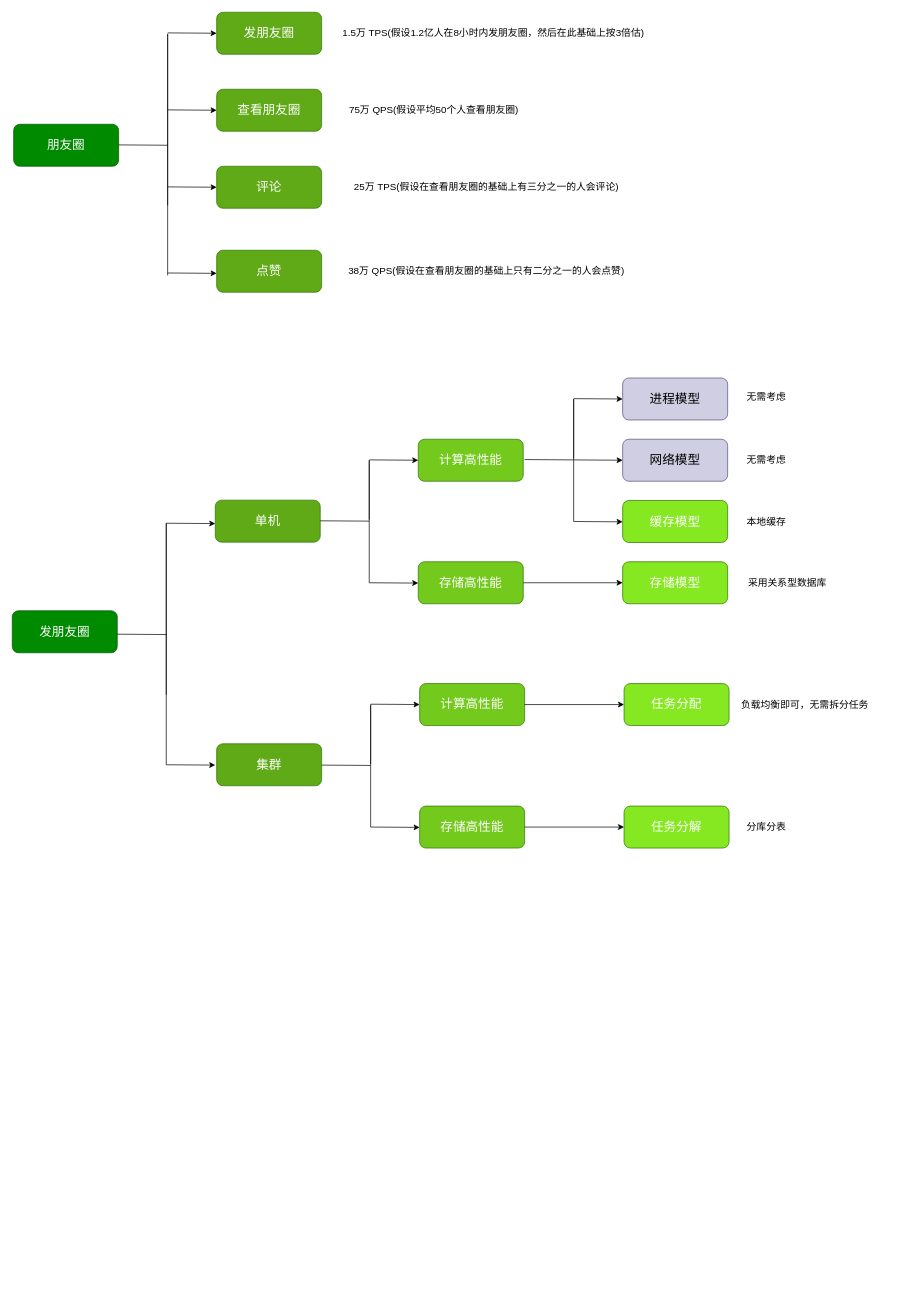
Earlier version of the draw.io diagram architect-camp/module2/Untitled Diagram.drawio (martintree/geektime-homework). Source tidied: cells renumbered, new cells numbered last; positions are measured from the earlier drawing's top-left corner, leaving out a move shared by most shapes. Both pictures are drawn from the tidied source at 70%, with x=0, y=0 at pixel (12, 12).
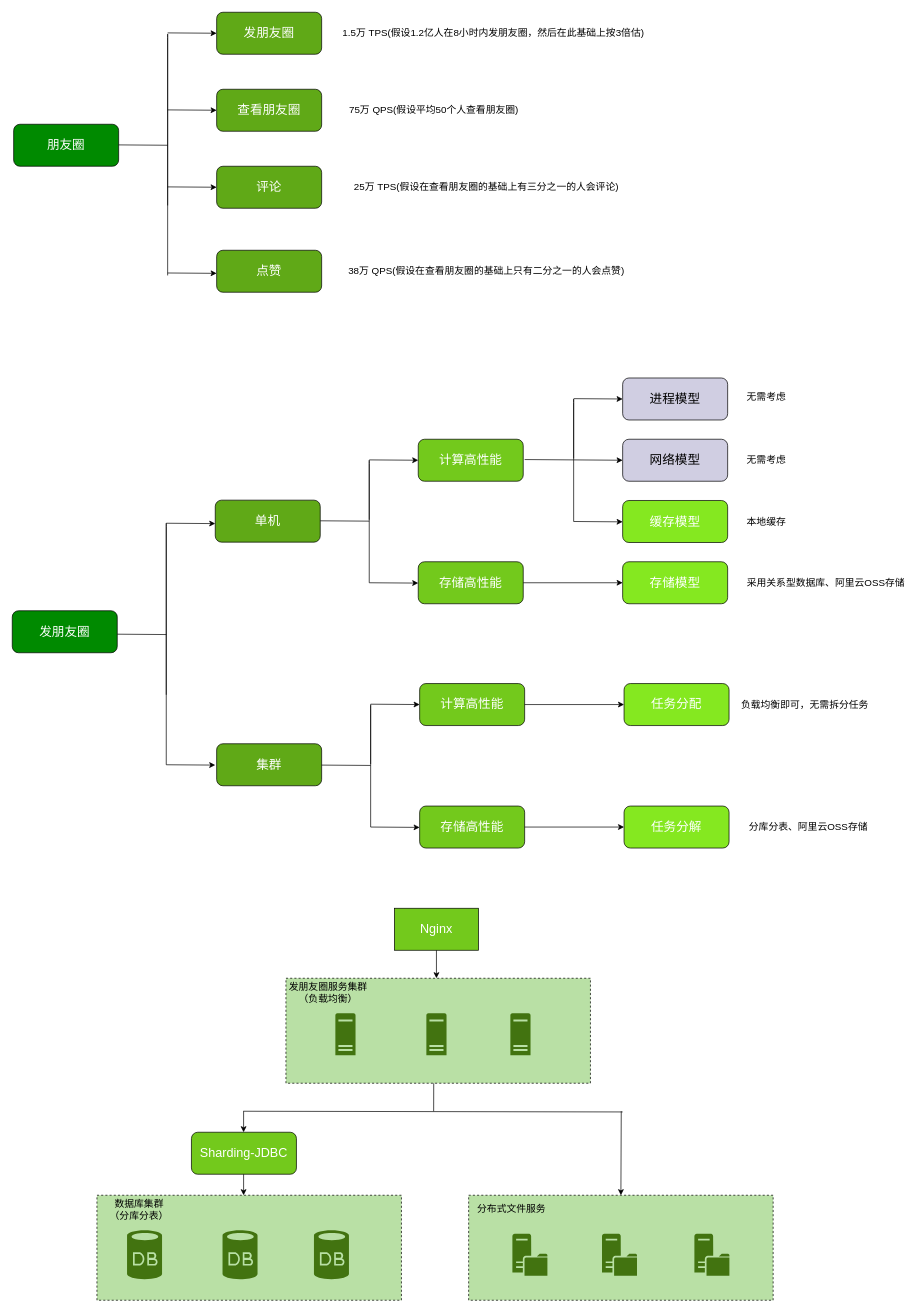
The same page after the edit.

Diff of the diagram source:
```diff
@@
+    <mxCell id="56" style="rounded=0;whiteSpace=wrap;html=1;dashed=1;fillColor=#B9E0A5;" parent="1" vertex="1">
+      <mxGeometry x="391" y="1380" width="435" height="150" as="geometry" />
+    </mxCell>
-    <mxCell id="2" value="&lt;font style=&quot;font-size: 18px&quot;&gt;朋友圈&lt;/font&gt;" style="rounded=1;whiteSpace=wrap;html=1;fontColor=#ffffff;fillColor=#008a00;strokeColor=#005700;" parent="1" vertex="1">
+    <mxCell id="2" value="&lt;font style=&quot;font-size: 18px&quot;&gt;朋友圈&lt;/font&gt;" style="rounded=1;whiteSpace=wrap;html=1;fontColor=#ffffff;fillColor=#008a00;" parent="1" vertex="1">
       <mxGeometry x="2" y="160" width="150" height="60" as="geometry" />
     </mxCell>
-    <mxCell id="3" value="&lt;font style=&quot;font-size: 18px&quot;&gt;发朋友圈&lt;/font&gt;" style="rounded=1;whiteSpace=wrap;html=1;fontColor=#ffffff;fillColor=#60a917;strokeColor=#2D7600;" parent="1" vertex="1">
+    <mxCell id="3" value="&lt;font style=&quot;font-size: 18px&quot;&gt;发朋友圈&lt;/font&gt;" style="rounded=1;whiteSpace=wrap;html=1;fontColor=#ffffff;fillColor=#60a917;" parent="1" vertex="1">
       <mxGeometry x="292" width="150" height="60" as="geometry" />
     </mxCell>
-    <mxCell id="4" value="&lt;font style=&quot;font-size: 18px&quot;&gt;查看朋友圈&lt;/font&gt;" style="rounded=1;whiteSpace=wrap;html=1;fontColor=#ffffff;fillColor=#60a917;strokeColor=#2D7600;" parent="1" vertex="1">
+    <mxCell id="4" value="&lt;font style=&quot;font-size: 18px&quot;&gt;查看朋友圈&lt;/font&gt;" style="rounded=1;whiteSpace=wrap;html=1;fontColor=#ffffff;fillColor=#60a917;" parent="1" vertex="1">
       <mxGeometry x="292" y="110" width="150" height="60" as="geometry" />
     </mxCell>
-    <mxCell id="5" value="&lt;font style=&quot;font-size: 18px&quot;&gt;评论&lt;/font&gt;" style="rounded=1;whiteSpace=wrap;html=1;fontColor=#ffffff;fillColor=#60a917;strokeColor=#2D7600;" parent="1" vertex="1">
+    <mxCell id="5" value="&lt;font style=&quot;font-size: 18px&quot;&gt;评论&lt;/font&gt;" style="rounded=1;whiteSpace=wrap;html=1;fontColor=#ffffff;fillColor=#60a917;" parent="1" vertex="1">
       <mxGeometry x="292" y="220" width="150" height="60" as="geometry" />
     </mxCell>
-    <mxCell id="6" value="&lt;font style=&quot;font-size: 18px&quot;&gt;点赞&lt;/font&gt;" style="rounded=1;whiteSpace=wrap;html=1;fontColor=#ffffff;fillColor=#60a917;strokeColor=#2D7600;" parent="1" vertex="1">
+    <mxCell id="6" value="&lt;font style=&quot;font-size: 18px&quot;&gt;点赞&lt;/font&gt;" style="rounded=1;whiteSpace=wrap;html=1;fontColor=#ffffff;fillColor=#60a917;" parent="1" vertex="1">
       <mxGeometry x="292" y="340" width="150" height="60" as="geometry" />
     </mxCell>
@@
-    <mxCell id="17" value="&lt;font style=&quot;font-size: 18px&quot;&gt;发朋友圈&lt;/font&gt;" style="rounded=1;whiteSpace=wrap;html=1;fontColor=#ffffff;fillColor=#008a00;strokeColor=#005700;" parent="1" vertex="1">
+    <mxCell id="17" value="&lt;font style=&quot;font-size: 18px&quot;&gt;发朋友圈&lt;/font&gt;" style="rounded=1;whiteSpace=wrap;html=1;fontColor=#ffffff;fillColor=#008a00;" parent="1" vertex="1">
       <mxGeometry y="855" width="150" height="60" as="geometry" />
     </mxCell>
-    <mxCell id="18" value="&lt;font style=&quot;font-size: 18px&quot;&gt;单机&lt;/font&gt;" style="rounded=1;whiteSpace=wrap;html=1;fontColor=#ffffff;fillColor=#60a917;strokeColor=#2D7600;" parent="1" vertex="1">
+    <mxCell id="18" value="&lt;font style=&quot;font-size: 18px&quot;&gt;单机&lt;/font&gt;" style="rounded=1;whiteSpace=wrap;html=1;fontColor=#ffffff;fillColor=#60a917;" parent="1" vertex="1">
       <mxGeometry x="290" y="697" width="150" height="60" as="geometry" />
     </mxCell>
-    <mxCell id="19" value="&lt;font style=&quot;font-size: 18px&quot;&gt;集群&lt;/font&gt;" style="rounded=1;whiteSpace=wrap;html=1;fontColor=#ffffff;fillColor=#60a917;strokeColor=#2D7600;" parent="1" vertex="1">
+    <mxCell id="19" value="&lt;font style=&quot;font-size: 18px&quot;&gt;集群&lt;/font&gt;" style="rounded=1;whiteSpace=wrap;html=1;fontColor=#ffffff;fillColor=#60a917;" parent="1" vertex="1">
       <mxGeometry x="292" y="1045" width="150" height="60" as="geometry" />
     </mxCell>
@@
-    <mxCell id="24" value="&lt;font style=&quot;font-size: 18px&quot;&gt;计算高性能&lt;/font&gt;" style="rounded=1;whiteSpace=wrap;html=1;fontColor=#ffffff;strokeColor=#2D7600;fillColor=#73C91C;" parent="1" vertex="1">
+    <mxCell id="24" value="&lt;font style=&quot;font-size: 18px&quot;&gt;计算高性能&lt;/font&gt;" style="rounded=1;whiteSpace=wrap;html=1;fontColor=#ffffff;fillColor=#73C91C;" parent="1" vertex="1">
       <mxGeometry x="580" y="610" width="150" height="60" as="geometry" />
     </mxCell>
-    <mxCell id="25" value="&lt;span style=&quot;font-size: 18px&quot;&gt;存储高性能&lt;/span&gt;" style="rounded=1;whiteSpace=wrap;html=1;fontColor=#ffffff;strokeColor=#2D7600;fillColor=#73C91C;" parent="1" vertex="1">
+    <mxCell id="25" value="&lt;span style=&quot;font-size: 18px&quot;&gt;存储高性能&lt;/span&gt;" style="rounded=1;whiteSpace=wrap;html=1;fontColor=#ffffff;fillColor=#73C91C;" parent="1" vertex="1">
       <mxGeometry x="580" y="785" width="150" height="60" as="geometry" />
     </mxCell>
@@
-    <mxCell id="30" value="&lt;font style=&quot;font-size: 18px&quot;&gt;计算高性能&lt;/font&gt;" style="rounded=1;whiteSpace=wrap;html=1;fontColor=#ffffff;strokeColor=#2D7600;fillColor=#73C91C;" parent="1" vertex="1">
+    <mxCell id="30" value="&lt;font style=&quot;font-size: 18px&quot;&gt;计算高性能&lt;/font&gt;" style="rounded=1;whiteSpace=wrap;html=1;fontColor=#ffffff;fillColor=#73C91C;" parent="1" vertex="1">
       <mxGeometry x="582" y="959" width="150" height="60" as="geometry" />
     </mxCell>
-    <mxCell id="31" value="&lt;span style=&quot;font-size: 18px&quot;&gt;存储高性能&lt;/span&gt;" style="rounded=1;whiteSpace=wrap;html=1;fontColor=#ffffff;strokeColor=#2D7600;fillColor=#73C91C;" parent="1" vertex="1">
+    <mxCell id="31" value="&lt;span style=&quot;font-size: 18px&quot;&gt;存储高性能&lt;/span&gt;" style="rounded=1;whiteSpace=wrap;html=1;fontColor=#ffffff;fillColor=#73C91C;" parent="1" vertex="1">
       <mxGeometry x="582" y="1134" width="150" height="60" as="geometry" />
     </mxCell>
@@
-    <mxCell id="36" value="&lt;font style=&quot;font-size: 18px&quot;&gt;进程模型&lt;/font&gt;" style="rounded=1;whiteSpace=wrap;html=1;strokeColor=#56517e;fillColor=#d0cee2;" parent="1" vertex="1">
+    <mxCell id="36" value="&lt;font style=&quot;font-size: 18px&quot;&gt;进程模型&lt;/font&gt;" style="rounded=1;whiteSpace=wrap;html=1;fillColor=#d0cee2;" parent="1" vertex="1">
       <mxGeometry x="872" y="522.5" width="150" height="60" as="geometry" />
     </mxCell>
-    <mxCell id="37" value="&lt;span style=&quot;font-size: 18px&quot;&gt;缓存模型&lt;/span&gt;" style="rounded=1;whiteSpace=wrap;html=1;fontColor=#ffffff;strokeColor=#2D7600;fillColor=#85E820;" parent="1" vertex="1">
+    <mxCell id="37" value="&lt;span style=&quot;font-size: 18px&quot;&gt;缓存模型&lt;/span&gt;" style="rounded=1;whiteSpace=wrap;html=1;fontColor=#ffffff;fillColor=#85E820;" parent="1" vertex="1">
       <mxGeometry x="872" y="697.5" width="150" height="60" as="geometry" />
     </mxCell>
@@
-    <mxCell id="42" value="&lt;span style=&quot;font-size: 18px&quot;&gt;网络模型&lt;/span&gt;" style="rounded=1;whiteSpace=wrap;html=1;strokeColor=#56517e;fillColor=#d0cee2;" parent="1" vertex="1">
+    <mxCell id="42" value="&lt;span style=&quot;font-size: 18px&quot;&gt;网络模型&lt;/span&gt;" style="rounded=1;whiteSpace=wrap;html=1;fillColor=#d0cee2;" parent="1" vertex="1">
       <mxGeometry x="872" y="610" width="150" height="60" as="geometry" />
     </mxCell>
@@
-    <mxCell id="44" value="&lt;font style=&quot;font-size: 18px&quot;&gt;存储模型&lt;/font&gt;" style="rounded=1;whiteSpace=wrap;html=1;fontColor=#ffffff;strokeColor=#2D7600;fillColor=#85E820;" parent="1" vertex="1">
+    <mxCell id="44" value="&lt;font style=&quot;font-size: 18px&quot;&gt;存储模型&lt;/font&gt;" style="rounded=1;whiteSpace=wrap;html=1;fontColor=#ffffff;fillColor=#85E820;" parent="1" vertex="1">
       <mxGeometry x="872" y="785" width="150" height="60" as="geometry" />
     </mxCell>
@@
-    <mxCell id="46" value="&lt;font style=&quot;font-size: 18px&quot;&gt;任务分配&lt;/font&gt;" style="rounded=1;whiteSpace=wrap;html=1;fontColor=#ffffff;strokeColor=#2D7600;fillColor=#85E820;" parent="1" vertex="1">
+    <mxCell id="46" value="&lt;font style=&quot;font-size: 18px&quot;&gt;任务分配&lt;/font&gt;" style="rounded=1;whiteSpace=wrap;html=1;fontColor=#ffffff;fillColor=#85E820;" parent="1" vertex="1">
       <mxGeometry x="874" y="959" width="150" height="60" as="geometry" />
     </mxCell>
@@
-    <mxCell id="48" value="&lt;font style=&quot;font-size: 18px&quot;&gt;任务分解&lt;/font&gt;" style="rounded=1;whiteSpace=wrap;html=1;fontColor=#ffffff;strokeColor=#2D7600;fillColor=#85E820;" parent="1" vertex="1">
+    <mxCell id="48" value="&lt;font style=&quot;font-size: 18px&quot;&gt;任务分解&lt;/font&gt;" style="rounded=1;whiteSpace=wrap;html=1;fontColor=#ffffff;fillColor=#85E820;" parent="1" vertex="1">
       <mxGeometry x="874" y="1134" width="150" height="60" as="geometry" />
     </mxCell>
@@
-    <mxCell id="51" value="&lt;span style=&quot;font-size: 14px&quot;&gt;采用关系型数据库&lt;/span&gt;" style="text;html=1;align=center;verticalAlign=middle;fillColor=none;strokeColor=none;rounded=0;" parent="1" vertex="1">
-      <mxGeometry x="1042" y="805" width="130" height="20" as="geometry" />
+    <mxCell id="51" value="&lt;span style=&quot;font-size: 14px&quot;&gt;采用关系型数据库、阿里云OSS存储&lt;/span&gt;" style="text;html=1;align=center;verticalAlign=middle;fillColor=none;strokeColor=none;rounded=0;" parent="1" vertex="1">
+      <mxGeometry x="1042" y="805" width="240" height="20" as="geometry" />
     </mxCell>
@@
-    <mxCell id="53" value="&lt;span style=&quot;font-size: 14px&quot;&gt;分库分表&lt;/span&gt;" style="text;html=1;align=center;verticalAlign=middle;fillColor=none;strokeColor=none;rounded=0;" parent="1" vertex="1">
-      <mxGeometry x="1042" y="1154" width="70" height="20" as="geometry" />
+    <mxCell id="53" value="&lt;span style=&quot;font-size: 14px&quot;&gt;分库分表&lt;/span&gt;&lt;span style=&quot;font-size: 14px&quot;&gt;、阿里云OSS存储&lt;/span&gt;" style="text;html=1;align=center;verticalAlign=middle;fillColor=none;strokeColor=none;rounded=0;" parent="1" vertex="1">
+      <mxGeometry x="1042" y="1154" width="190" height="20" as="geometry" />
     </mxCell>
@@
+    <mxCell id="57" value="&lt;font color=&quot;#ffffff&quot; style=&quot;font-size: 18px&quot;&gt;Nginx&lt;/font&gt;" style="rounded=0;whiteSpace=wrap;html=1;strokeColor=#000000;fillColor=#73C91C;" parent="1" vertex="1">
+      <mxGeometry x="546" y="1280" width="120" height="60" as="geometry" />
+    </mxCell>
+    <mxCell id="58" style="shadow=0;dashed=0;html=1;strokeColor=none;labelPosition=center;verticalLabelPosition=bottom;verticalAlign=top;align=center;shape=mxgraph.mscae.enterprise.server_generic;fillColor=#427310;" parent="1" vertex="1">
+      <mxGeometry x="461.6" y="1430" width="28.8" height="60" as="geometry" />
+    </mxCell>
+    <mxCell id="59" style="shadow=0;dashed=0;html=1;strokeColor=none;labelPosition=center;verticalLabelPosition=bottom;verticalAlign=top;align=center;shape=mxgraph.mscae.enterprise.server_generic;fillColor=#427310;" parent="1" vertex="1">
+      <mxGeometry x="591.6" y="1430" width="28.8" height="60" as="geometry" />
+    </mxCell>
+    <mxCell id="60" style="shadow=0;dashed=0;html=1;strokeColor=none;labelPosition=center;verticalLabelPosition=bottom;verticalAlign=top;align=center;shape=mxgraph.mscae.enterprise.server_generic;fillColor=#427310;" parent="1" vertex="1">
+      <mxGeometry x="711.6" y="1430" width="28.8" height="60" as="geometry" />
+    </mxCell>
+    <mxCell id="61" value="&lt;span style=&quot;font-size: 14px&quot;&gt;发朋友圈服务集群&lt;br&gt;（负载均衡）&lt;br&gt;&lt;/span&gt;" style="text;html=1;align=center;verticalAlign=middle;fillColor=none;strokeColor=none;rounded=0;" parent="1" vertex="1">
+      <mxGeometry x="386" y="1380" width="130" height="40" as="geometry" />
+    </mxCell>
+    <mxCell id="62" style="endArrow=classic;html=1;" parent="1" edge="1">
+      <mxGeometry relative="1" as="geometry">
+        <mxPoint x="606" y="1340" as="sourcePoint" />
+        <mxPoint x="606" y="1380" as="targetPoint" />
+      </mxGeometry>
+    </mxCell>
+    <mxCell id="63" style="rounded=0;whiteSpace=wrap;html=1;dashed=1;fillColor=#B9E0A5;" parent="1" vertex="1">
+      <mxGeometry x="121" y="1690" width="435" height="150" as="geometry" />
+    </mxCell>
+    <mxCell id="64" value="&lt;span style=&quot;font-size: 14px&quot;&gt;数据库集群&lt;br&gt;（分库分表）&lt;br&gt;&lt;/span&gt;" style="text;html=1;align=center;verticalAlign=middle;fillColor=none;strokeColor=none;rounded=0;" parent="1" vertex="1">
+      <mxGeometry x="131" y="1690" width="100" height="40" as="geometry" />
+    </mxCell>
+    <mxCell id="65" value="&lt;font style=&quot;font-size: 18px&quot;&gt;Sharding-JDBC&lt;/font&gt;" style="rounded=1;whiteSpace=wrap;html=1;fontColor=#ffffff;fillColor=#73C91C;" parent="1" vertex="1">
+      <mxGeometry x="256" y="1600" width="150" height="60" as="geometry" />
+    </mxCell>
+    <mxCell id="66" style="endArrow=classic;html=1;" parent="1" edge="1">
+      <mxGeometry relative="1" as="geometry">
+        <mxPoint x="330.5" y="1570" as="sourcePoint" />
+        <mxPoint x="330.5" y="1600" as="targetPoint" />
+      </mxGeometry>
+    </mxCell>
+    <mxCell id="67" style="endArrow=classic;html=1;" parent="1" edge="1">
+      <mxGeometry relative="1" as="geometry">
+        <mxPoint x="330.5" y="1660" as="sourcePoint" />
+        <mxPoint x="330.5" y="1690" as="targetPoint" />
+      </mxGeometry>
+    </mxCell>
+    <mxCell id="68" style="verticalLabelPosition=bottom;html=1;verticalAlign=top;align=center;strokeColor=none;shape=mxgraph.azure.database;fillColor=#427310;" parent="1" vertex="1">
+      <mxGeometry x="164" y="1740" width="50" height="70" as="geometry" />
+    </mxCell>
+    <mxCell id="69" style="verticalLabelPosition=bottom;html=1;verticalAlign=top;align=center;strokeColor=none;shape=mxgraph.azure.database;fillColor=#427310;" parent="1" vertex="1">
+      <mxGeometry x="300.4" y="1740" width="50" height="70" as="geometry" />
+    </mxCell>
+    <mxCell id="70" style="verticalLabelPosition=bottom;html=1;verticalAlign=top;align=center;strokeColor=none;shape=mxgraph.azure.database;fillColor=#427310;" parent="1" vertex="1">
+      <mxGeometry x="431" y="1740" width="50" height="70" as="geometry" />
+    </mxCell>
+    <mxCell id="71" style="rounded=0;whiteSpace=wrap;html=1;dashed=1;fillColor=#B9E0A5;" parent="1" vertex="1">
+      <mxGeometry x="652" y="1690" width="435" height="150" as="geometry" />
+    </mxCell>
+    <mxCell id="72" value="&lt;span style=&quot;font-size: 14px&quot;&gt;分布式文件服务&lt;br&gt;&lt;/span&gt;" style="text;html=1;align=center;verticalAlign=middle;fillColor=none;strokeColor=none;rounded=0;" parent="1" vertex="1">
+      <mxGeometry x="657.6" y="1700" width="110" height="20" as="geometry" />
+    </mxCell>
+    <mxCell id="73" style="shadow=0;dashed=0;html=1;strokeColor=none;labelPosition=center;verticalLabelPosition=bottom;verticalAlign=top;align=center;shape=mxgraph.mscae.system_center.distribution_point;fillColor=#427310;" parent="1" vertex="1">
+      <mxGeometry x="714.5" y="1745" width="50" height="60" as="geometry" />
+    </mxCell>
+    <mxCell id="74" style="shadow=0;dashed=0;html=1;strokeColor=none;labelPosition=center;verticalLabelPosition=bottom;verticalAlign=top;align=center;shape=mxgraph.mscae.system_center.distribution_point;fillColor=#427310;" parent="1" vertex="1">
+      <mxGeometry x="842.5" y="1745" width="50" height="60" as="geometry" />
+    </mxCell>
+    <mxCell id="75" style="shadow=0;dashed=0;html=1;strokeColor=none;labelPosition=center;verticalLabelPosition=bottom;verticalAlign=top;align=center;shape=mxgraph.mscae.system_center.distribution_point;fillColor=#427310;" parent="1" vertex="1">
+      <mxGeometry x="974.5" y="1745" width="50" height="60" as="geometry" />
+    </mxCell>
+    <mxCell id="76" style="endArrow=none;html=1;" parent="1" edge="1">
+      <mxGeometry relative="1" as="geometry">
+        <mxPoint x="330" y="1570" as="sourcePoint" />
+        <mxPoint x="872" y="1571" as="targetPoint" />
+      </mxGeometry>
+    </mxCell>
+    <mxCell id="77" style="endArrow=none;html=1;" parent="1" edge="1">
+      <mxGeometry relative="1" as="geometry">
+        <mxPoint x="602.1" y="1530" as="sourcePoint" />
+        <mxPoint x="602" y="1570" as="targetPoint" />
+      </mxGeometry>
+    </mxCell>
+    <mxCell id="78" style="endArrow=classic;html=1;entryX=0.5;entryY=0;entryDx=0;entryDy=0;" parent="1" edge="1" target="71">
+      <mxGeometry relative="1" as="geometry">
+        <mxPoint x="870" y="1570" as="sourcePoint" />
+      </mxGeometry>
+    </mxCell>
```
